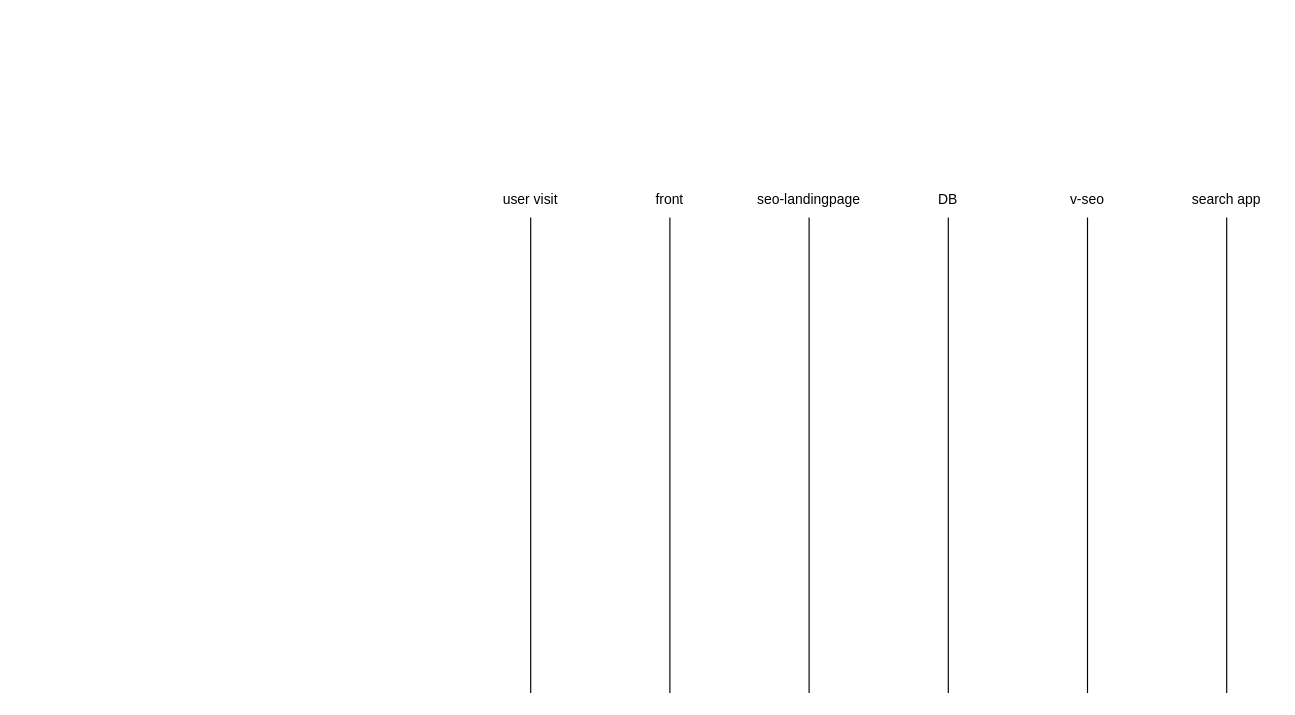
The draw.io diagram drawio/showroom.drawio in VisableHarry/seo-drawio, before the edit. Source tidied: cells renumbered, new cells numbered last; positions are measured from the earlier drawing's top-left corner, leaving out a move shared by most shapes. Both pictures are drawn from the tidied source at 116%, with x=0, y=0 at pixel (495, 182).
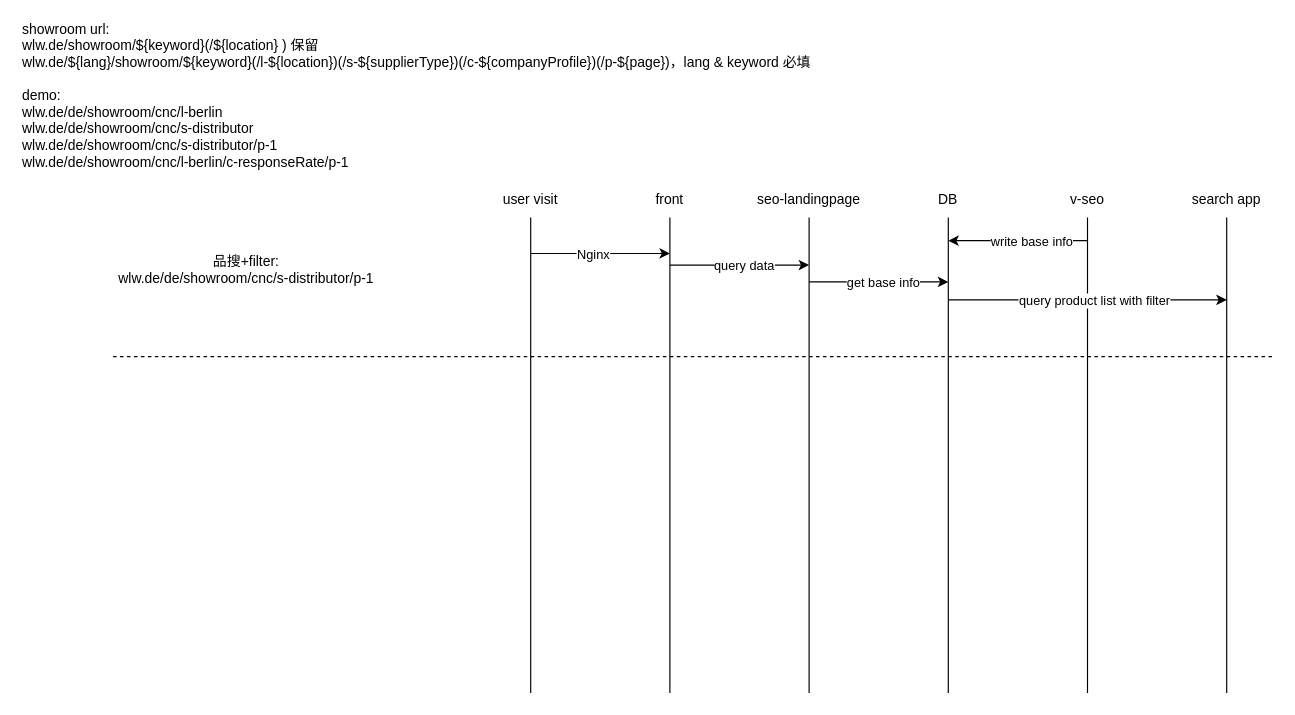
After the change.

What changed in the source:
```diff
@@
+    <mxCell id="14" style="endArrow=none;dashed=1;html=1;rounded=0;" parent="1" edge="1">
+      <mxGeometry relative="1" as="geometry">
+        <mxPoint x="-330" y="150" as="sourcePoint" />
+        <mxPoint x="670" y="150" as="targetPoint" />
+      </mxGeometry>
+    </mxCell>
+    <mxCell id="15" value="品搜+filter:&lt;div&gt;&lt;div style=&quot;text-align: left;&quot;&gt;wlw.de/de/showroom/cnc/s-&lt;span style=&quot;background-color: initial;&quot;&gt;distributor/p-1&lt;/span&gt;&lt;/div&gt;&lt;/div&gt;" style="text;html=1;align=center;verticalAlign=middle;whiteSpace=wrap;rounded=0;" parent="1" vertex="1">
+      <mxGeometry x="-330" y="50" width="230" height="50" as="geometry" />
+    </mxCell>
+    <mxCell id="16" value="&lt;div style=&quot;&quot;&gt;&lt;span style=&quot;background-color: initial;&quot;&gt;showroom url:&lt;/span&gt;&lt;/div&gt;&lt;div&gt;wlw.de/showroom/${keyword}(/${location} ) 保留&lt;br&gt;&lt;div&gt;wlw.de/${lang}/showroom/${keyword}(/l-${location})(/s-${supplierType})(/c-${companyProfile})(/p-${page})，lang &amp;amp; keyword 必填&lt;/div&gt;&lt;/div&gt;&lt;div&gt;&lt;br&gt;&lt;/div&gt;&lt;div&gt;demo:&lt;/div&gt;&lt;div&gt;wlw.de/de/showroom/cnc/l-berlin&lt;/div&gt;&lt;div&gt;&lt;div&gt;wlw.de/de/showroom/cnc/s-&lt;span style=&quot;background-color: initial;&quot;&gt;distributor&lt;/span&gt;&lt;/div&gt;&lt;/div&gt;&lt;div&gt;&lt;div&gt;wlw.de/de/showroom/cnc/s-&lt;span style=&quot;background-color: initial;&quot;&gt;distributor/p-1&lt;/span&gt;&lt;/div&gt;&lt;/div&gt;&lt;div&gt;&lt;span style=&quot;background-color: initial;&quot;&gt;wlw.de/de/showroom/cnc/l-berlin/c-&lt;/span&gt;&lt;span style=&quot;background-color: initial;&quot;&gt;responseRate/p-1&lt;br&gt;&lt;/span&gt;&lt;/div&gt;" style="text;html=1;align=left;verticalAlign=middle;whiteSpace=wrap;rounded=0;" parent="1" vertex="1">
+      <mxGeometry x="-410" y="-140" width="690" height="130" as="geometry" />
+    </mxCell>
+    <mxCell id="17" style="endArrow=classic;html=1;rounded=0;" parent="1" edge="1">
+      <mxGeometry relative="1" as="geometry">
+        <mxPoint x="30" y="61" as="sourcePoint" />
+        <mxPoint x="150" y="61" as="targetPoint" />
+      </mxGeometry>
+    </mxCell>
+    <mxCell id="18" value="Nginx" style="edgeLabel;html=1;align=center;verticalAlign=middle;" parent="17" vertex="1">
+      <mxGeometry x="-0.12" relative="1" as="geometry" />
+    </mxCell>
+    <mxCell id="19" style="endArrow=classic;html=1;rounded=0;" parent="1" edge="1">
+      <mxGeometry relative="1" as="geometry">
+        <mxPoint x="150" y="71" as="sourcePoint" />
+        <mxPoint x="270" y="71" as="targetPoint" />
+      </mxGeometry>
+    </mxCell>
+    <mxCell id="20" value="query data" style="edgeLabel;html=1;align=center;verticalAlign=middle;" parent="19" vertex="1">
+      <mxGeometry x="0.03" y="1" relative="1" as="geometry">
+        <mxPoint x="1" y="1" as="offset" />
+      </mxGeometry>
+    </mxCell>
+    <mxCell id="21" style="endArrow=classic;html=1;rounded=0;" parent="1" edge="1">
+      <mxGeometry relative="1" as="geometry">
+        <mxPoint x="270" y="85.5" as="sourcePoint" />
+        <mxPoint x="390" y="85.5" as="targetPoint" />
+      </mxGeometry>
+    </mxCell>
+    <mxCell id="22" value="get base info" style="edgeLabel;html=1;align=center;verticalAlign=middle;" parent="21" vertex="1">
+      <mxGeometry x="0.03" y="1" relative="1" as="geometry">
+        <mxPoint x="1" y="1" as="offset" />
+      </mxGeometry>
+    </mxCell>
+    <mxCell id="23" style="endArrow=classic;html=1;rounded=0;" parent="1" edge="1">
+      <mxGeometry relative="1" as="geometry">
+        <mxPoint x="390" y="101" as="sourcePoint" />
+        <mxPoint x="630" y="101" as="targetPoint" />
+      </mxGeometry>
+    </mxCell>
+    <mxCell id="24" value="query product list with filter" style="edgeLabel;html=1;align=center;verticalAlign=middle;" parent="23" vertex="1">
+      <mxGeometry x="0.03" y="1" relative="1" as="geometry">
+        <mxPoint x="1" y="1" as="offset" />
+      </mxGeometry>
+    </mxCell>
+    <mxCell id="25" style="endArrow=classic;html=1;rounded=0;" parent="1" edge="1">
+      <mxGeometry relative="1" as="geometry">
+        <mxPoint x="510" y="50" as="sourcePoint" />
+        <mxPoint x="390" y="50" as="targetPoint" />
+      </mxGeometry>
+    </mxCell>
+    <mxCell id="26" value="write base info" style="edgeLabel;html=1;align=center;verticalAlign=middle;" parent="25" vertex="1">
+      <mxGeometry x="-0.21" y="-3" relative="1" as="geometry">
+        <mxPoint x="-2" y="3" as="offset" />
+      </mxGeometry>
+    </mxCell>
```
